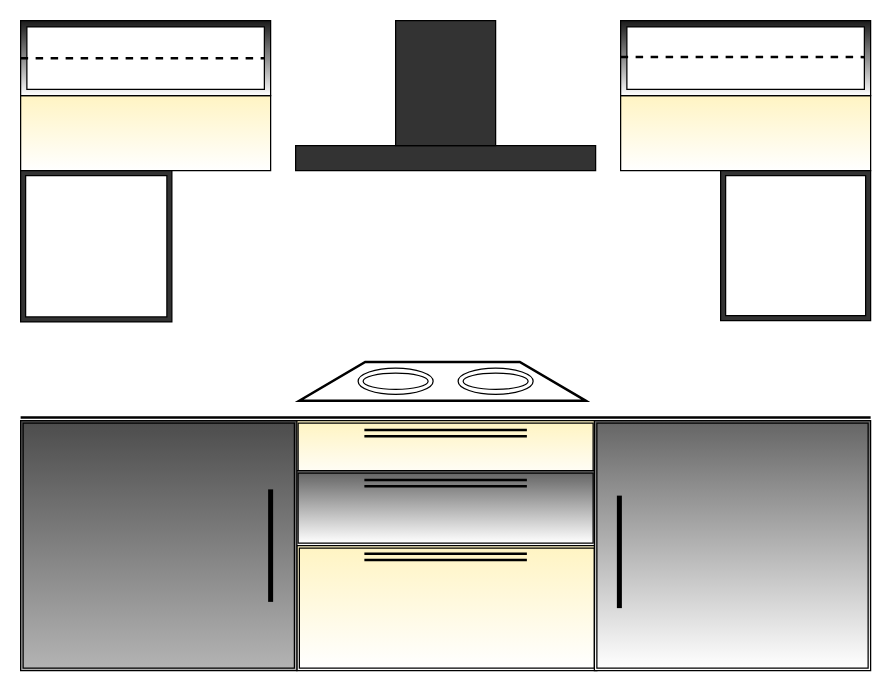
Earlier version of the draw.io diagram Kitchen1.drawio (ritam-mukherjee-it/sonestaa-interor-design). Source tidied: cells renumbered, new cells numbered last; positions are measured from the earlier drawing's top-left corner, leaving out a move shared by most shapes. Both pictures are drawn from the tidied source at 125%, with x=0, y=0 at pixel (20, 20).
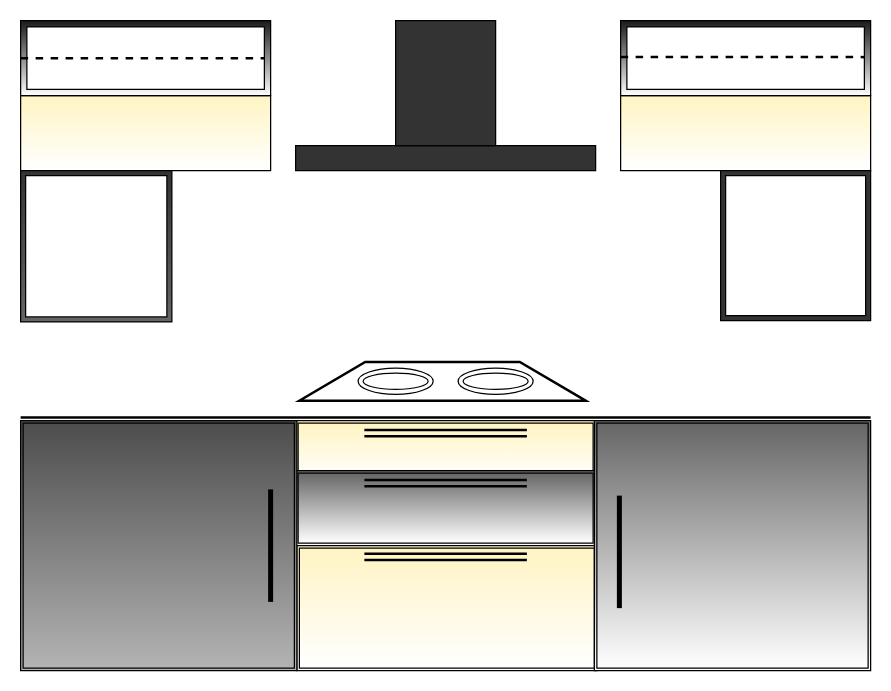
The same page after the edit.

Diff of the diagram source:
```diff
@@
-    <mxCell id="8" style="verticalLabelPosition=bottom;verticalAlign=top;html=1;shape=mxgraph.basic.frame;dx=4;fillColor=#333333;gradientColor=none;" parent="1" vertex="1">
+    <mxCell id="8" style="verticalLabelPosition=bottom;verticalAlign=top;html=1;shape=mxgraph.basic.frame;dx=4;fillColor=#333333;gradientColor=#666666;" parent="1" vertex="1">
       <mxGeometry y="120" width="121" height="121" as="geometry" />
     </mxCell>
```
